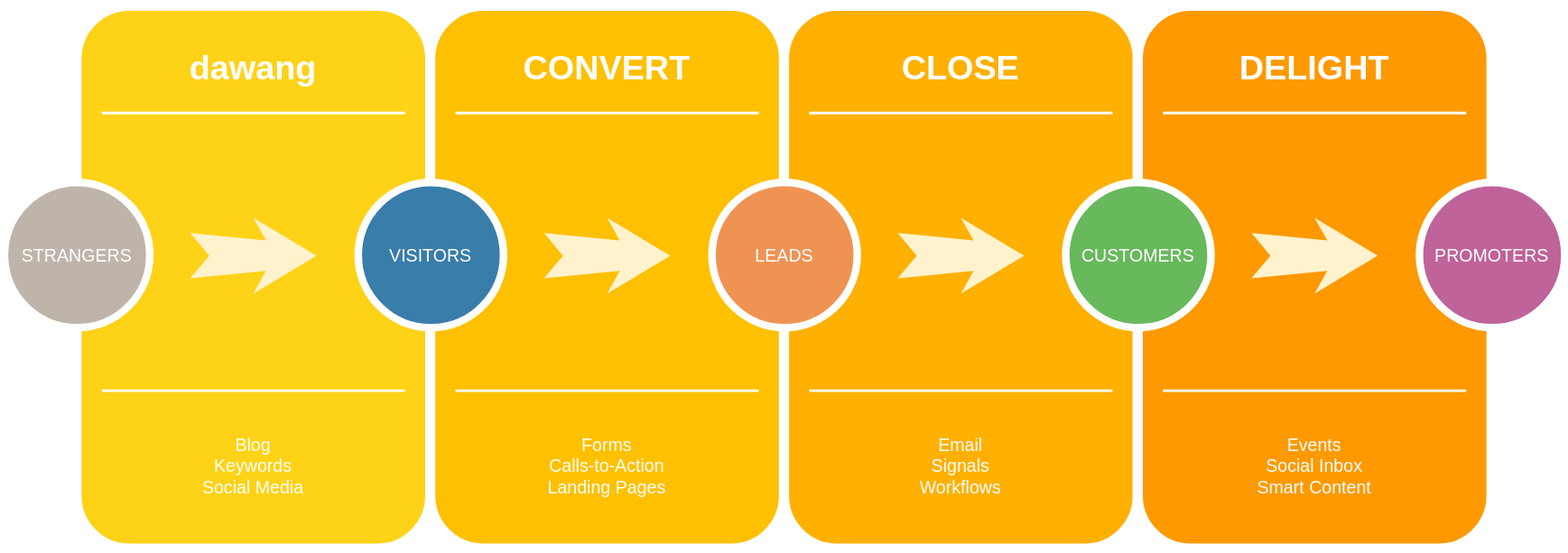
Before: HappyDraw.drawio.svg, a diagram exported from draw.io (builden/drawio-diagram). Source tidied: cells renumbered, new cells last; positions are measured from the earlier drawing's top-left corner, leaving out a move shared by most shapes.
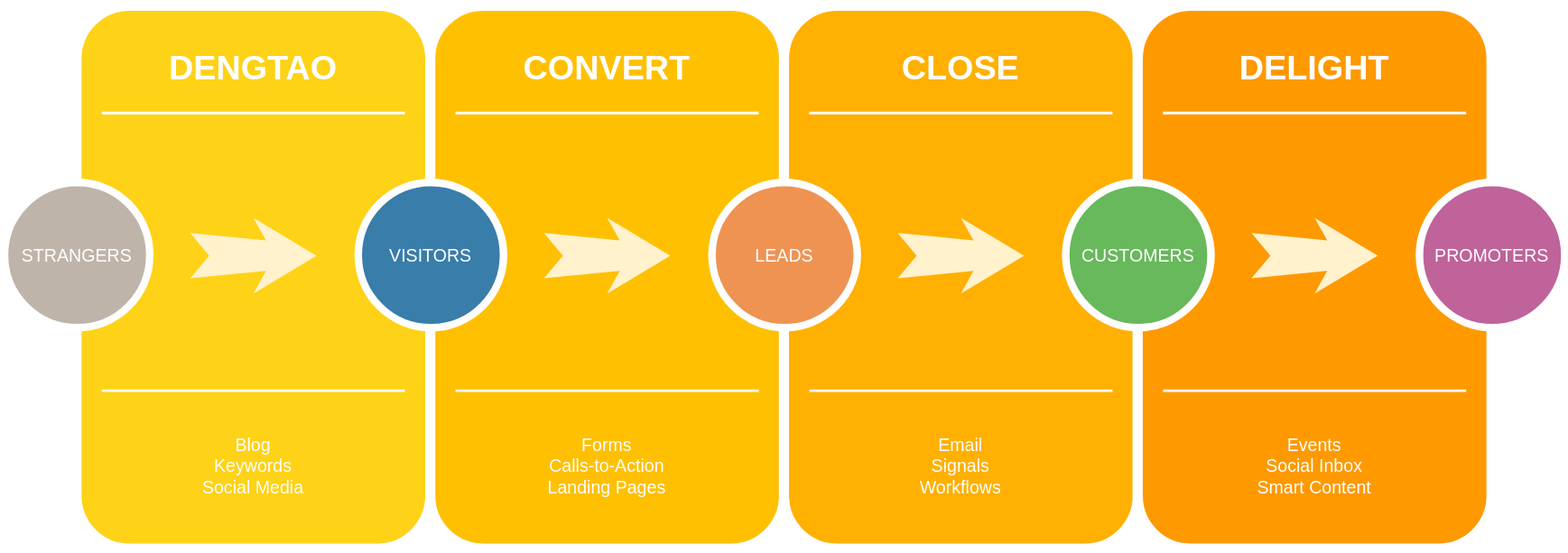
The same diagram one commit later.

The edit, as a diff of the source:
```diff
@@ -5,7 +5,7 @@
     <mxCell id="2" style="whiteSpace=wrap;html=1;rounded=1;shadow=0;strokeWidth=8;fontSize=20;align=center;fillColor=#FED217;strokeColor=#FFFFFF;" parent="1" vertex="1">
       <mxGeometry x="57" width="280" height="430" as="geometry" />
     </mxCell>
-    <mxCell id="3" value="dawang" style="text;html=1;strokeColor=none;fillColor=none;align=center;verticalAlign=middle;whiteSpace=wrap;rounded=0;shadow=0;fontSize=27;fontColor=#FFFFFF;fontStyle=1;" parent="1" vertex="1">
+    <mxCell id="3" value="DENGTAO" style="text;html=1;strokeColor=none;fillColor=none;align=center;verticalAlign=middle;whiteSpace=wrap;rounded=0;shadow=0;fontSize=27;fontColor=#FFFFFF;fontStyle=1;" parent="1" vertex="1">
       <mxGeometry x="57" y="20" width="280" height="60" as="geometry" />
     </mxCell>
     <mxCell id="4" value="Blog&lt;div&gt;Keywords&lt;/div&gt;&lt;div&gt;Social Media&lt;/div&gt;" style="text;html=1;strokeColor=none;fillColor=none;align=center;verticalAlign=middle;whiteSpace=wrap;rounded=0;shadow=0;fontSize=14;fontColor=#FFFFFF;" parent="1" vertex="1">
```
